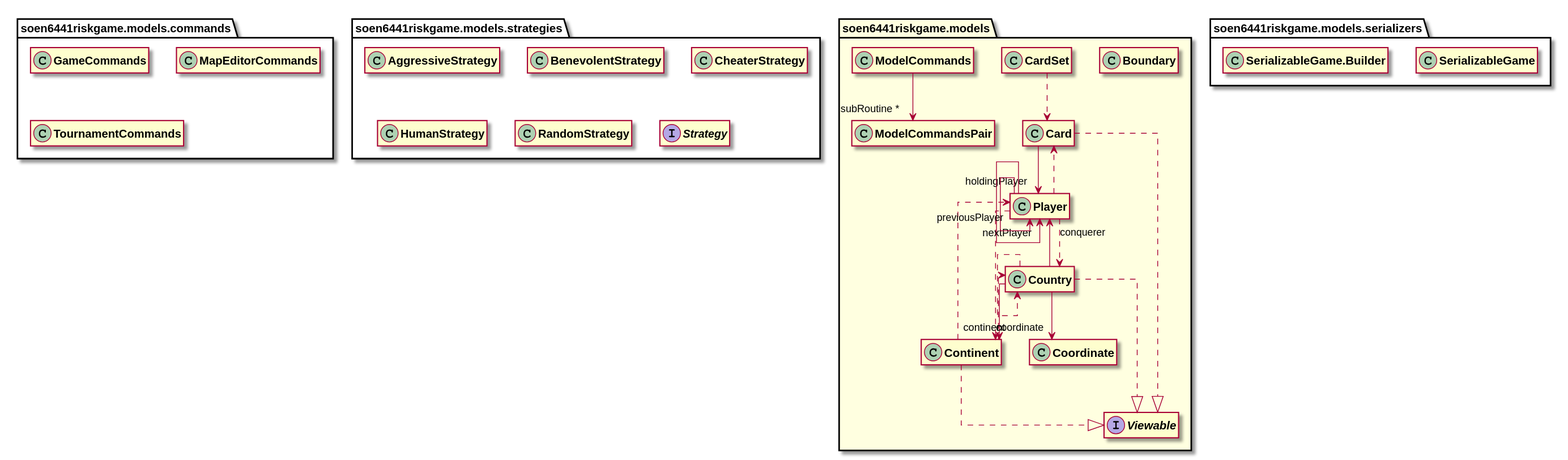
This is docs/javadocs/soen6441riskgame/models/package-summary.svg from huntertran/soen6441-riskgame, a PlantUML export, as it was before one commit.
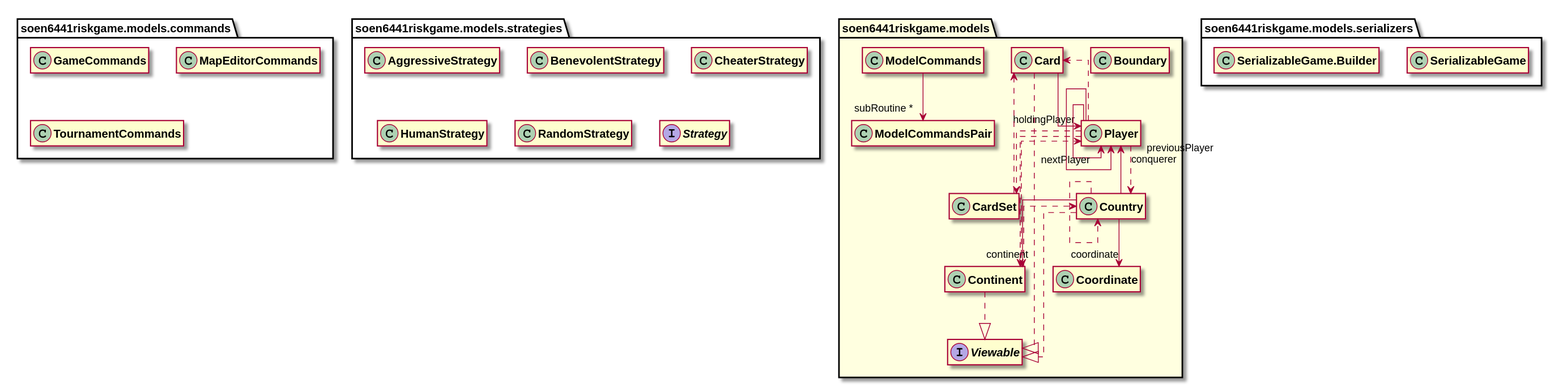
Later version of the same file.

Change to the diagram source:
```diff
@@ -82,6 +82,7 @@
 soen6441riskgame.models.Player ..> soen6441riskgame.models.Card
 soen6441riskgame.models.Player ..> soen6441riskgame.models.Continent
 soen6441riskgame.models.Player ..> soen6441riskgame.models.Country
+soen6441riskgame.models.Player ..> soen6441riskgame.models.CardSet
 package soen6441riskgame.models.commands [[../../soen6441riskgame/models/commands/package-summary.html{soen6441riskgame.models.commands}]] {
 }
 
```
